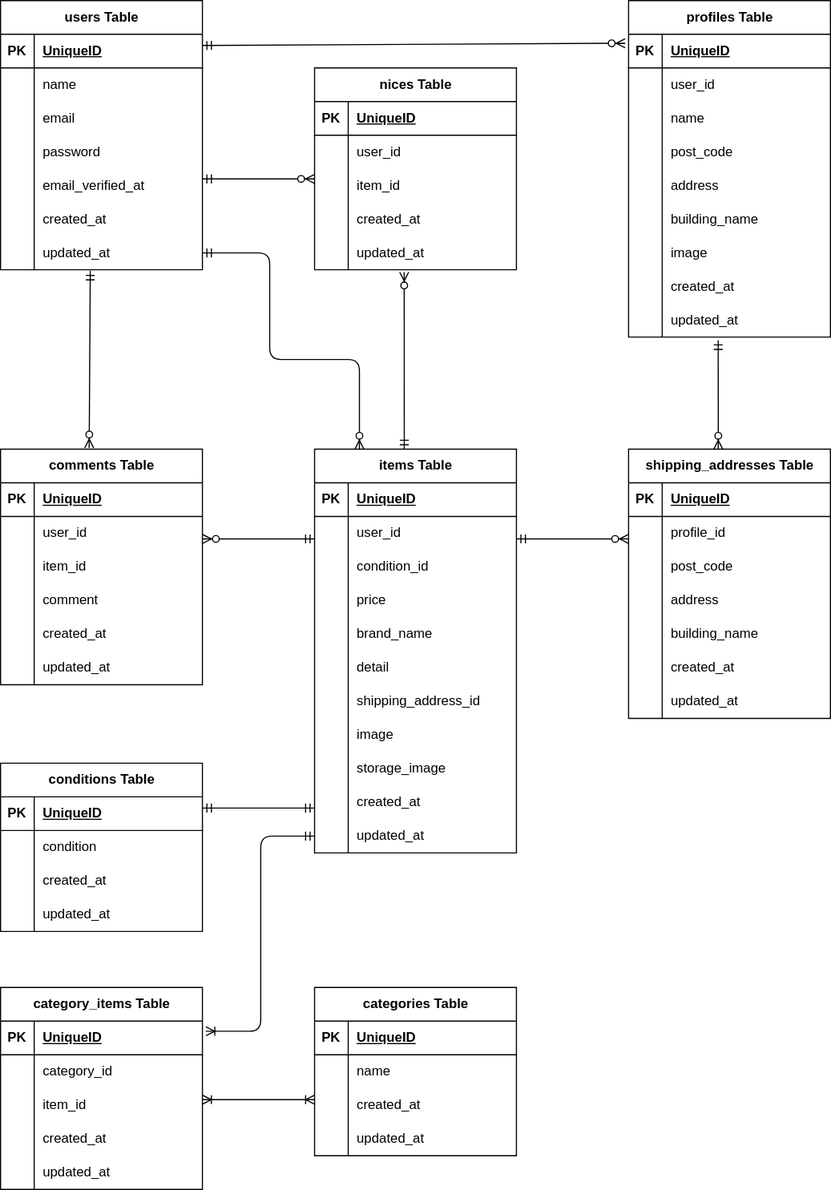
hi-san10/coachtech_flema keeps this draw.io diagram as *.drawio.svg. Above is the earlier version. Source tidied: cells renumbered, new cells last; positions are measured from the earlier drawing's top-left corner, leaving out a move shared by most shapes.
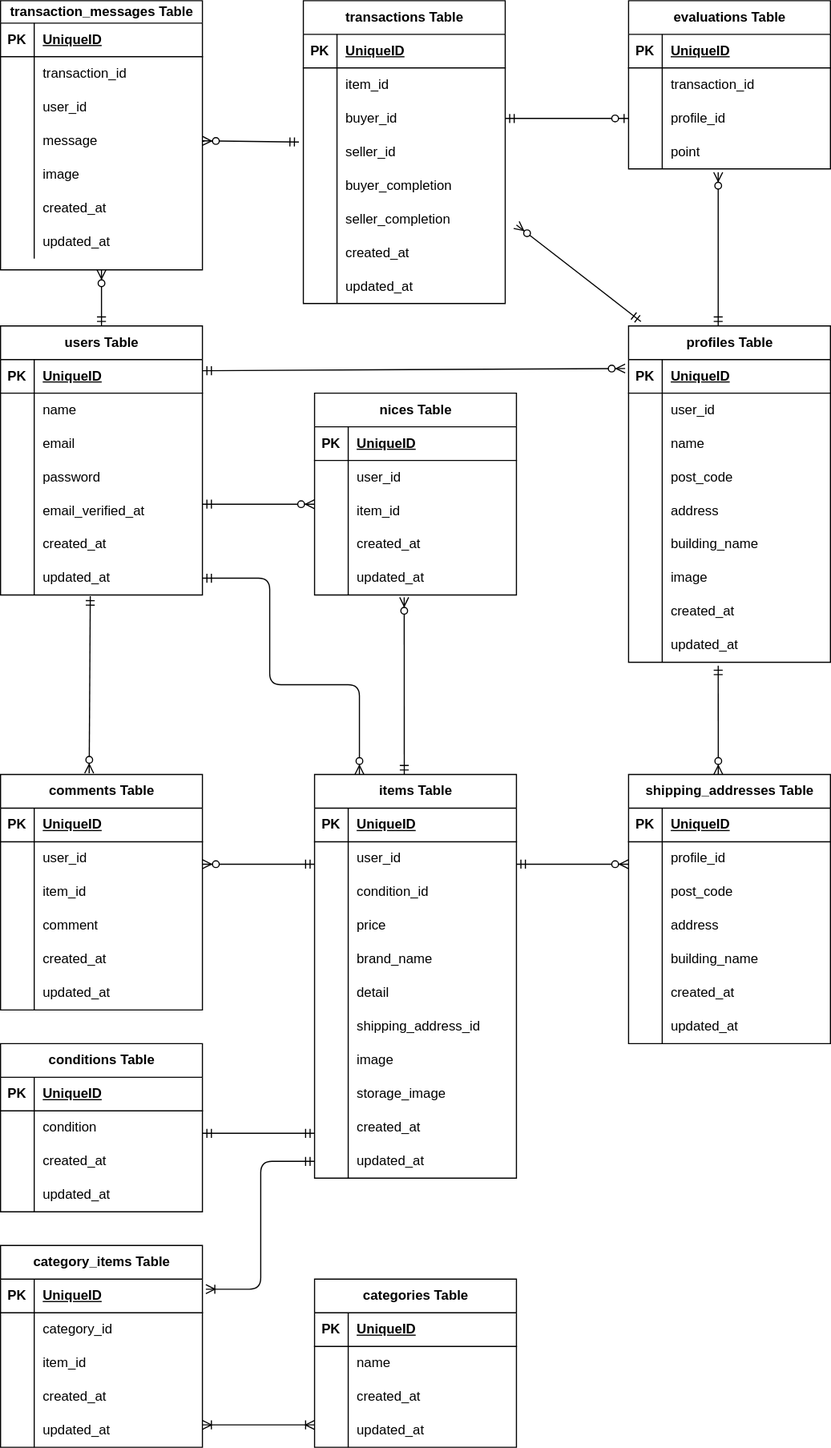
After the commit.

Commit message:
README編集、er図作成

Diff of the diagram source:
```diff
@@ -255,7 +255,7 @@
       <mxGeometry x="30" width="150" height="30" as="geometry" />
     </mxCell>
     <mxCell id="86" value="categories Table" style="shape=table;startSize=30;rowLines=0;fontStyle=1;align=center;html=1;" parent="1" vertex="1">
-      <mxGeometry x="280" y="880" width="180" height="150" as="geometry" />
+      <mxGeometry x="280" y="850" width="180" height="150" as="geometry" />
     </mxCell>
     <mxCell id="87" style="shape=tableRow;horizontal=0;startSize=0;swimlaneHead=0;swimlaneBody=0;fillColor=none;top=0;left=0;right=0;bottom=1;" parent="86" vertex="1">
       <mxGeometry y="30" width="180" height="30" as="geometry" />
@@ -294,7 +294,7 @@
       <mxGeometry x="30" width="150" height="30" as="geometry" />
     </mxCell>
     <mxCell id="99" value="conditions Table" style="shape=table;startSize=30;rowLines=0;fontStyle=1;align=center;html=1;" parent="1" vertex="1">
-      <mxGeometry y="680" width="180" height="150" as="geometry" />
+      <mxGeometry y="640" width="180" height="150" as="geometry" />
     </mxCell>
     <mxCell id="100" style="shape=tableRow;horizontal=0;startSize=0;swimlaneHead=0;swimlaneBody=0;fillColor=none;top=0;left=0;right=0;bottom=1;" parent="99" vertex="1">
       <mxGeometry y="30" width="180" height="30" as="geometry" />
@@ -333,7 +333,7 @@
       <mxGeometry x="30" width="150" height="30" as="geometry" />
     </mxCell>
     <mxCell id="112" value="category_items Table" style="shape=table;startSize=30;rowLines=0;fontStyle=1;align=center;html=1;" parent="1" vertex="1">
-      <mxGeometry y="880" width="180" height="180" as="geometry" />
+      <mxGeometry y="820" width="180" height="180" as="geometry" />
     </mxCell>
     <mxCell id="113" style="shape=tableRow;horizontal=0;startSize=0;swimlaneHead=0;swimlaneBody=0;fillColor=none;points=[[0,0.5],[1,0.5]];portConstraint=eastwest;top=0;left=0;right=0;bottom=1;" parent="112" vertex="1">
       <mxGeometry y="30" width="180" height="30" as="geometry" />
@@ -613,5 +613,202 @@
         <mxPoint x="560" y="480" as="targetPoint" />
       </mxGeometry>
     </mxCell>
+    <mxCell id="196" value="transactions Table" style="shape=table;startSize=30;rowLines=0;fontStyle=1;align=center;html=1;" parent="1" vertex="1">
+      <mxGeometry x="270" y="-290" width="180" height="270" as="geometry" />
+    </mxCell>
+    <mxCell id="197" style="shape=tableRow;horizontal=0;startSize=0;swimlaneHead=0;swimlaneBody=0;fillColor=none;top=0;left=0;right=0;bottom=1;" parent="196" vertex="1">
+      <mxGeometry y="30" width="180" height="30" as="geometry" />
+    </mxCell>
+    <mxCell id="198" value="PK" style="shape=partialRectangle;fillColor=none;top=0;left=0;bottom=0;right=0;fontStyle=1;overflow=hidden;whiteSpace=wrap;html=1;" parent="197" vertex="1">
+      <mxGeometry width="30" height="30" as="geometry" />
+    </mxCell>
+    <mxCell id="199" value="UniqueID" style="shape=partialRectangle;fillColor=none;top=0;left=0;bottom=0;right=0;align=left;spacingLeft=6;fontStyle=5;overflow=hidden;whiteSpace=wrap;html=1;" parent="197" vertex="1">
+      <mxGeometry x="30" width="150" height="30" as="geometry" />
+    </mxCell>
+    <mxCell id="200" style="shape=tableRow;horizontal=0;startSize=0;swimlaneHead=0;swimlaneBody=0;fillColor=none;top=0;left=0;right=0;bottom=0;" parent="196" vertex="1">
+      <mxGeometry y="60" width="180" height="30" as="geometry" />
+    </mxCell>
+    <mxCell id="201" style="shape=partialRectangle;fillColor=none;top=0;left=0;bottom=0;right=0;overflow=hidden;whiteSpace=wrap;html=1;" parent="200" vertex="1">
+      <mxGeometry width="30" height="30" as="geometry" />
+    </mxCell>
+    <mxCell id="202" value="item_id" style="shape=partialRectangle;fillColor=none;top=0;left=0;bottom=0;right=0;align=left;spacingLeft=6;overflow=hidden;whiteSpace=wrap;html=1;" parent="200" vertex="1">
+      <mxGeometry x="30" width="150" height="30" as="geometry" />
+    </mxCell>
+    <mxCell id="203" style="shape=tableRow;horizontal=0;startSize=0;swimlaneHead=0;swimlaneBody=0;fillColor=none;points=[[0,0.5],[1,0.5]];portConstraint=eastwest;top=0;left=0;right=0;bottom=0;" parent="196" vertex="1">
+      <mxGeometry y="90" width="180" height="30" as="geometry" />
+    </mxCell>
+    <mxCell id="204" style="shape=partialRectangle;fillColor=none;top=0;left=0;bottom=0;right=0;overflow=hidden;whiteSpace=wrap;html=1;" parent="203" vertex="1">
+      <mxGeometry width="30" height="30" as="geometry" />
+    </mxCell>
+    <mxCell id="205" value="buyer_id" style="shape=partialRectangle;fillColor=none;top=0;left=0;bottom=0;right=0;align=left;spacingLeft=6;overflow=hidden;whiteSpace=wrap;html=1;" parent="203" vertex="1">
+      <mxGeometry x="30" width="150" height="30" as="geometry" />
+    </mxCell>
+    <mxCell id="206" style="shape=tableRow;horizontal=0;startSize=0;swimlaneHead=0;swimlaneBody=0;fillColor=none;points=[[0,0.5],[1,0.5]];portConstraint=eastwest;top=0;left=0;right=0;bottom=0;" parent="196" vertex="1">
+      <mxGeometry y="120" width="180" height="30" as="geometry" />
+    </mxCell>
+    <mxCell id="207" style="shape=partialRectangle;fillColor=none;top=0;left=0;bottom=0;right=0;overflow=hidden;whiteSpace=wrap;html=1;" parent="206" vertex="1">
+      <mxGeometry width="30" height="30" as="geometry" />
+    </mxCell>
+    <mxCell id="208" value="seller_id" style="shape=partialRectangle;fillColor=none;top=0;left=0;bottom=0;right=0;align=left;spacingLeft=6;overflow=hidden;whiteSpace=wrap;html=1;" parent="206" vertex="1">
+      <mxGeometry x="30" width="150" height="30" as="geometry" />
+    </mxCell>
+    <mxCell id="209" style="shape=tableRow;horizontal=0;startSize=0;swimlaneHead=0;swimlaneBody=0;fillColor=none;top=0;left=0;right=0;bottom=0;" parent="196" vertex="1">
+      <mxGeometry y="150" width="180" height="30" as="geometry" />
+    </mxCell>
+    <mxCell id="210" style="shape=partialRectangle;fillColor=none;top=0;left=0;bottom=0;right=0;overflow=hidden;whiteSpace=wrap;html=1;" parent="209" vertex="1">
+      <mxGeometry width="30" height="30" as="geometry" />
+    </mxCell>
+    <mxCell id="211" value="buyer_completion" style="shape=partialRectangle;fillColor=none;top=0;left=0;bottom=0;right=0;align=left;spacingLeft=6;overflow=hidden;whiteSpace=wrap;html=1;" parent="209" vertex="1">
+      <mxGeometry x="30" width="150" height="30" as="geometry" />
+    </mxCell>
+    <mxCell id="212" style="shape=tableRow;horizontal=0;startSize=0;swimlaneHead=0;swimlaneBody=0;fillColor=none;top=0;left=0;right=0;bottom=0;" parent="196" vertex="1">
+      <mxGeometry y="180" width="180" height="30" as="geometry" />
+    </mxCell>
+    <mxCell id="213" style="shape=partialRectangle;fillColor=none;top=0;left=0;bottom=0;right=0;overflow=hidden;whiteSpace=wrap;html=1;" parent="212" vertex="1">
+      <mxGeometry width="30" height="30" as="geometry" />
+    </mxCell>
+    <mxCell id="214" value="seller_completion" style="shape=partialRectangle;fillColor=none;top=0;left=0;bottom=0;right=0;align=left;spacingLeft=6;overflow=hidden;whiteSpace=wrap;html=1;" parent="212" vertex="1">
+      <mxGeometry x="30" width="150" height="30" as="geometry" />
+    </mxCell>
+    <mxCell id="215" style="shape=tableRow;horizontal=0;startSize=0;swimlaneHead=0;swimlaneBody=0;fillColor=none;top=0;left=0;right=0;bottom=0;" parent="196" vertex="1">
+      <mxGeometry y="210" width="180" height="30" as="geometry" />
+    </mxCell>
+    <mxCell id="216" style="shape=partialRectangle;fillColor=none;top=0;left=0;bottom=0;right=0;overflow=hidden;whiteSpace=wrap;html=1;" parent="215" vertex="1">
+      <mxGeometry width="30" height="30" as="geometry" />
+    </mxCell>
+    <mxCell id="217" value="created_at" style="shape=partialRectangle;fillColor=none;top=0;left=0;bottom=0;right=0;align=left;spacingLeft=6;overflow=hidden;whiteSpace=wrap;html=1;" parent="215" vertex="1">
+      <mxGeometry x="30" width="150" height="30" as="geometry" />
+    </mxCell>
+    <mxCell id="218" style="shape=tableRow;horizontal=0;startSize=0;swimlaneHead=0;swimlaneBody=0;fillColor=none;top=0;left=0;right=0;bottom=0;" parent="196" vertex="1">
+      <mxGeometry y="240" width="180" height="30" as="geometry" />
+    </mxCell>
+    <mxCell id="219" style="shape=partialRectangle;fillColor=none;top=0;left=0;bottom=0;right=0;overflow=hidden;whiteSpace=wrap;html=1;" parent="218" vertex="1">
+      <mxGeometry width="30" height="30" as="geometry" />
+    </mxCell>
+    <mxCell id="220" value="updated_at" style="shape=partialRectangle;fillColor=none;top=0;left=0;bottom=0;right=0;align=left;spacingLeft=6;overflow=hidden;whiteSpace=wrap;html=1;" parent="218" vertex="1">
+      <mxGeometry x="30" width="150" height="30" as="geometry" />
+    </mxCell>
+    <mxCell id="221" value="transaction_messages Table" style="shape=table;startSize=20;rowLines=0;fontStyle=1;align=center;html=1;" parent="1" vertex="1">
+      <mxGeometry y="-290" width="180" height="240" as="geometry" />
+    </mxCell>
+    <mxCell id="222" style="shape=tableRow;horizontal=0;startSize=0;swimlaneHead=0;swimlaneBody=0;fillColor=none;top=0;left=0;right=0;bottom=1;" parent="221" vertex="1">
+      <mxGeometry y="20" width="180" height="30" as="geometry" />
+    </mxCell>
+    <mxCell id="223" value="PK" style="shape=partialRectangle;fillColor=none;top=0;left=0;bottom=0;right=0;fontStyle=1;overflow=hidden;whiteSpace=wrap;html=1;" parent="222" vertex="1">
+      <mxGeometry width="30" height="30" as="geometry" />
+    </mxCell>
+    <mxCell id="224" value="UniqueID" style="shape=partialRectangle;fillColor=none;top=0;left=0;bottom=0;right=0;align=left;spacingLeft=6;fontStyle=5;overflow=hidden;whiteSpace=wrap;html=1;" parent="222" vertex="1">
+      <mxGeometry x="30" width="150" height="30" as="geometry" />
+    </mxCell>
+    <mxCell id="225" style="shape=tableRow;horizontal=0;startSize=0;swimlaneHead=0;swimlaneBody=0;fillColor=none;top=0;left=0;right=0;bottom=0;" parent="221" vertex="1">
+      <mxGeometry y="50" width="180" height="30" as="geometry" />
+    </mxCell>
+    <mxCell id="226" style="shape=partialRectangle;fillColor=none;top=0;left=0;bottom=0;right=0;overflow=hidden;whiteSpace=wrap;html=1;" parent="225" vertex="1">
+      <mxGeometry width="30" height="30" as="geometry" />
+    </mxCell>
+    <mxCell id="227" value="transaction_id" style="shape=partialRectangle;fillColor=none;top=0;left=0;bottom=0;right=0;align=left;spacingLeft=6;overflow=hidden;whiteSpace=wrap;html=1;" parent="225" vertex="1">
+      <mxGeometry x="30" width="150" height="30" as="geometry" />
+    </mxCell>
+    <mxCell id="228" style="shape=tableRow;horizontal=0;startSize=0;swimlaneHead=0;swimlaneBody=0;fillColor=none;top=0;left=0;right=0;bottom=0;" parent="221" vertex="1">
+      <mxGeometry y="80" width="180" height="30" as="geometry" />
+    </mxCell>
+    <mxCell id="229" style="shape=partialRectangle;fillColor=none;top=0;left=0;bottom=0;right=0;overflow=hidden;whiteSpace=wrap;html=1;" parent="228" vertex="1">
+      <mxGeometry width="30" height="30" as="geometry" />
+    </mxCell>
+    <mxCell id="230" value="user_id" style="shape=partialRectangle;fillColor=none;top=0;left=0;bottom=0;right=0;align=left;spacingLeft=6;overflow=hidden;whiteSpace=wrap;html=1;" parent="228" vertex="1">
+      <mxGeometry x="30" width="150" height="30" as="geometry" />
+    </mxCell>
+    <mxCell id="231" style="shape=tableRow;horizontal=0;startSize=0;swimlaneHead=0;swimlaneBody=0;fillColor=none;points=[[0,0.5],[1,0.5]];portConstraint=eastwest;top=0;left=0;right=0;bottom=0;" parent="221" vertex="1">
+      <mxGeometry y="110" width="180" height="30" as="geometry" />
+    </mxCell>
+    <mxCell id="232" style="shape=partialRectangle;fillColor=none;top=0;left=0;bottom=0;right=0;overflow=hidden;whiteSpace=wrap;html=1;" parent="231" vertex="1">
+      <mxGeometry width="30" height="30" as="geometry" />
+    </mxCell>
+    <mxCell id="233" value="message" style="shape=partialRectangle;fillColor=none;top=0;left=0;bottom=0;right=0;align=left;spacingLeft=6;overflow=hidden;whiteSpace=wrap;html=1;" parent="231" vertex="1">
+      <mxGeometry x="30" width="150" height="30" as="geometry" />
+    </mxCell>
+    <mxCell id="234" style="shape=tableRow;horizontal=0;startSize=0;swimlaneHead=0;swimlaneBody=0;fillColor=none;top=0;left=0;right=0;bottom=0;" parent="221" vertex="1">
+      <mxGeometry y="140" width="180" height="30" as="geometry" />
+    </mxCell>
+    <mxCell id="235" style="shape=partialRectangle;fillColor=none;top=0;left=0;bottom=0;right=0;overflow=hidden;whiteSpace=wrap;html=1;" parent="234" vertex="1">
+      <mxGeometry width="30" height="30" as="geometry" />
+    </mxCell>
+    <mxCell id="236" value="image" style="shape=partialRectangle;fillColor=none;top=0;left=0;bottom=0;right=0;align=left;spacingLeft=6;overflow=hidden;whiteSpace=wrap;html=1;" parent="234" vertex="1">
+      <mxGeometry x="30" width="150" height="30" as="geometry" />
+    </mxCell>
+    <mxCell id="237" style="shape=tableRow;horizontal=0;startSize=0;swimlaneHead=0;swimlaneBody=0;fillColor=none;top=0;left=0;right=0;bottom=0;" parent="221" vertex="1">
+      <mxGeometry y="170" width="180" height="30" as="geometry" />
+    </mxCell>
+    <mxCell id="238" style="shape=partialRectangle;fillColor=none;top=0;left=0;bottom=0;right=0;overflow=hidden;whiteSpace=wrap;html=1;" parent="237" vertex="1">
+      <mxGeometry width="30" height="30" as="geometry" />
+    </mxCell>
+    <mxCell id="239" value="created_at" style="shape=partialRectangle;fillColor=none;top=0;left=0;bottom=0;right=0;align=left;spacingLeft=6;overflow=hidden;whiteSpace=wrap;html=1;" parent="237" vertex="1">
+      <mxGeometry x="30" width="150" height="30" as="geometry" />
+    </mxCell>
+    <mxCell id="240" style="shape=tableRow;horizontal=0;startSize=0;swimlaneHead=0;swimlaneBody=0;fillColor=none;top=0;left=0;right=0;bottom=0;" parent="221" vertex="1">
+      <mxGeometry y="200" width="180" height="30" as="geometry" />
+    </mxCell>
+    <mxCell id="241" style="shape=partialRectangle;fillColor=none;top=0;left=0;bottom=0;right=0;overflow=hidden;whiteSpace=wrap;html=1;" parent="240" vertex="1">
+      <mxGeometry width="30" height="30" as="geometry" />
+    </mxCell>
+    <mxCell id="242" value="updated_at" style="shape=partialRectangle;fillColor=none;top=0;left=0;bottom=0;right=0;align=left;spacingLeft=6;overflow=hidden;whiteSpace=wrap;html=1;" parent="240" vertex="1">
+      <mxGeometry x="30" width="150" height="30" as="geometry" />
+    </mxCell>
+    <mxCell id="243" value="evaluations Table" style="shape=table;startSize=30;rowLines=0;fontStyle=1;align=center;html=1;" parent="1" vertex="1">
+      <mxGeometry x="560" y="-290" width="180" height="150" as="geometry" />
+    </mxCell>
+    <mxCell id="244" style="shape=tableRow;horizontal=0;startSize=0;swimlaneHead=0;swimlaneBody=0;fillColor=none;top=0;left=0;right=0;bottom=1;" parent="243" vertex="1">
+      <mxGeometry y="30" width="180" height="30" as="geometry" />
+    </mxCell>
+    <mxCell id="245" value="PK" style="shape=partialRectangle;fillColor=none;top=0;left=0;bottom=0;right=0;fontStyle=1;overflow=hidden;whiteSpace=wrap;html=1;" parent="244" vertex="1">
+      <mxGeometry width="30" height="30" as="geometry" />
+    </mxCell>
+    <mxCell id="246" value="UniqueID" style="shape=partialRectangle;fillColor=none;top=0;left=0;bottom=0;right=0;align=left;spacingLeft=6;fontStyle=5;overflow=hidden;whiteSpace=wrap;html=1;" parent="244" vertex="1">
+      <mxGeometry x="30" width="150" height="30" as="geometry" />
+    </mxCell>
+    <mxCell id="247" style="shape=tableRow;horizontal=0;startSize=0;swimlaneHead=0;swimlaneBody=0;fillColor=none;top=0;left=0;right=0;bottom=0;" parent="243" vertex="1">
+      <mxGeometry y="60" width="180" height="30" as="geometry" />
+    </mxCell>
+    <mxCell id="248" style="shape=partialRectangle;fillColor=none;top=0;left=0;bottom=0;right=0;overflow=hidden;whiteSpace=wrap;html=1;" parent="247" vertex="1">
+      <mxGeometry width="30" height="30" as="geometry" />
+    </mxCell>
+    <mxCell id="249" value="transaction_id" style="shape=partialRectangle;fillColor=none;top=0;left=0;bottom=0;right=0;align=left;spacingLeft=6;overflow=hidden;whiteSpace=wrap;html=1;" parent="247" vertex="1">
+      <mxGeometry x="30" width="150" height="30" as="geometry" />
+    </mxCell>
+    <mxCell id="250" style="shape=tableRow;horizontal=0;startSize=0;swimlaneHead=0;swimlaneBody=0;fillColor=none;points=[[0,0.5],[1,0.5]];portConstraint=eastwest;top=0;left=0;right=0;bottom=0;" parent="243" vertex="1">
+      <mxGeometry y="90" width="180" height="30" as="geometry" />
+    </mxCell>
+    <mxCell id="251" style="shape=partialRectangle;fillColor=none;top=0;left=0;bottom=0;right=0;overflow=hidden;whiteSpace=wrap;html=1;" parent="250" vertex="1">
+      <mxGeometry width="30" height="30" as="geometry" />
+    </mxCell>
+    <mxCell id="252" value="profile_id" style="shape=partialRectangle;fillColor=none;top=0;left=0;bottom=0;right=0;align=left;spacingLeft=6;overflow=hidden;whiteSpace=wrap;html=1;" parent="250" vertex="1">
+      <mxGeometry x="30" width="150" height="30" as="geometry" />
+    </mxCell>
+    <mxCell id="253" style="shape=tableRow;horizontal=0;startSize=0;swimlaneHead=0;swimlaneBody=0;fillColor=none;points=[[0,0.5],[1,0.5]];portConstraint=eastwest;top=0;left=0;right=0;bottom=0;" parent="243" vertex="1">
+      <mxGeometry y="120" width="180" height="30" as="geometry" />
+    </mxCell>
+    <mxCell id="254" style="shape=partialRectangle;fillColor=none;top=0;left=0;bottom=0;right=0;overflow=hidden;whiteSpace=wrap;html=1;" parent="253" vertex="1">
+      <mxGeometry width="30" height="30" as="geometry" />
+    </mxCell>
+    <mxCell id="255" value="point" style="shape=partialRectangle;fillColor=none;top=0;left=0;bottom=0;right=0;align=left;spacingLeft=6;overflow=hidden;whiteSpace=wrap;html=1;" parent="253" vertex="1">
+      <mxGeometry x="30" width="150" height="30" as="geometry" />
+    </mxCell>
+    <mxCell id="256" style="fontSize=12;html=1;endArrow=ERzeroToOne;startArrow=ERmandOne;exitX=1;exitY=0.5;exitDx=0;exitDy=0;entryX=0;entryY=0.5;entryDx=0;entryDy=0;" parent="1" edge="1" source="203" target="250">
+      <mxGeometry relative="1" as="geometry" />
+    </mxCell>
+    <mxCell id="257" style="fontSize=12;html=1;endArrow=ERzeroToMany;startArrow=ERmandOne;elbow=vertical;exitX=0.061;exitY=-0.013;exitDx=0;exitDy=0;exitPerimeter=0;" parent="1" edge="1" source="58">
+      <mxGeometry relative="1" as="geometry">
+        <mxPoint x="460" y="-90" as="targetPoint" />
+      </mxGeometry>
+    </mxCell>
+    <mxCell id="258" style="fontSize=12;html=1;endArrow=ERzeroToMany;startArrow=ERmandOne;entryX=0.5;entryY=1;entryDx=0;entryDy=0;exitX=0.5;exitY=0;exitDx=0;exitDy=0;" parent="1" edge="1" source="2" target="221">
+      <mxGeometry relative="1" as="geometry" />
+    </mxCell>
+    <mxCell id="259" style="fontSize=12;html=1;endArrow=ERzeroToMany;startArrow=ERmandOne;entryX=0.444;entryY=1.1;entryDx=0;entryDy=0;entryPerimeter=0;exitX=0.444;exitY=0;exitDx=0;exitDy=0;exitPerimeter=0;" parent="1" edge="1" source="58" target="253">
+      <mxGeometry relative="1" as="geometry" />
+    </mxCell>
+    <mxCell id="260" style="fontSize=12;html=1;endArrow=ERzeroToMany;startArrow=ERmandOne;entryX=1;entryY=0.5;entryDx=0;entryDy=0;exitX=-0.022;exitY=0.2;exitDx=0;exitDy=0;exitPerimeter=0;" parent="1" edge="1" source="206" target="231">
+      <mxGeometry relative="1" as="geometry" />
+    </mxCell>
   </root>
 </mxGraphModel>
```
